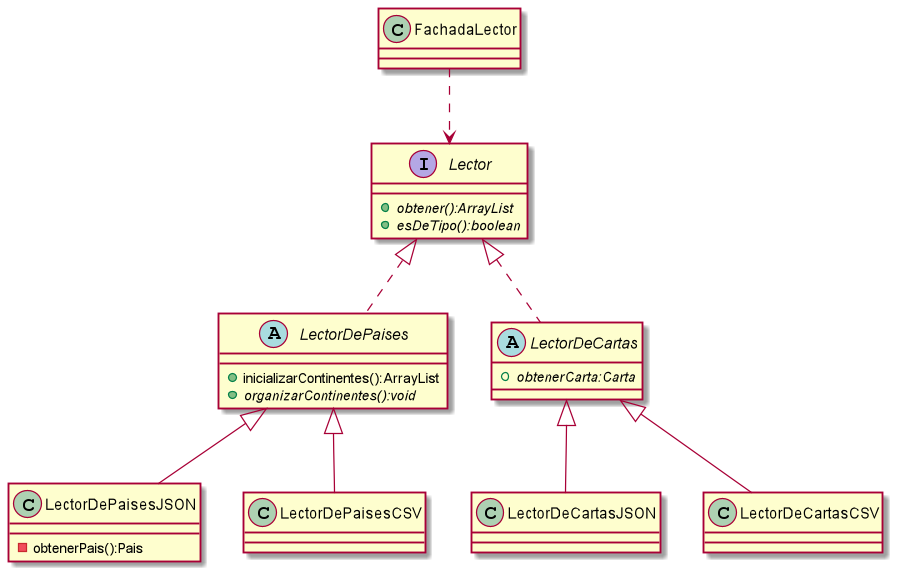
This is docs/diagramasUML/diagramaLector.png from nauee/Algo3-TP2, a PlantUML export, as it was before one commit.
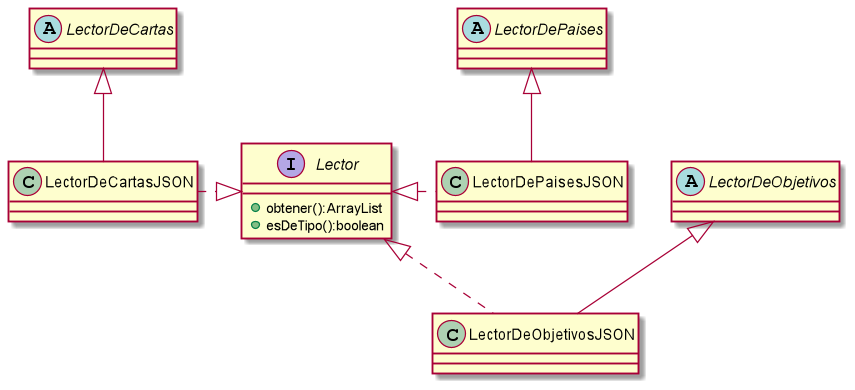
After the commit.

Commit message:
actualizacion diagramas de clase 2

Change to the diagram source:
```diff
@@ -1,41 +1,33 @@
 @startuml
 
-class FachadaLector{
-
-}
 interface Lector{
-    +{abstract}obtener():ArrayList
-    +{abstract}esDeTipo():boolean
-}
-class LectorDeCartasJSON {
-
-}
-class LectorDePaisesJSON {
-    -obtenerPais():Pais
-}
-class LectorDeCartasCSV {
-
-}
-
-class LectorDePaisesCSV {
-
+    +obtener():ArrayList
+    +esDeTipo():boolean
 }
 
 abstract class LectorDePaises{
-    +inicializarContinentes():ArrayList
-    +{abstract}organizarContinentes():void
 }
 
 abstract class LectorDeCartas{
-    +{abstract}obtenerCarta:Carta
 }
 
-FachadaLector ..> Lector
-Lector <|.. LectorDePaises
-Lector <|.. LectorDeCartas
+class LectorDeCartasJSON {
+}
+
+class LectorDePaisesJSON {
+}
+
+abstract class LectorDeObjetivos {
+}
+
+class LectorDeObjetivosJSON{
+}
+
+Lector <|.right.LectorDePaisesJSON
+Lector <|.left. LectorDeCartasJSON
+Lector <|.. LectorDeObjetivosJSON
 LectorDeCartas <|-- LectorDeCartasJSON
-LectorDeCartas <|-- LectorDeCartasCSV
 LectorDePaises <|-- LectorDePaisesJSON
-LectorDePaises <|-- LectorDePaisesCSV
+LectorDeObjetivos <|-- LectorDeObjetivosJSON
 
 @enduml
```
